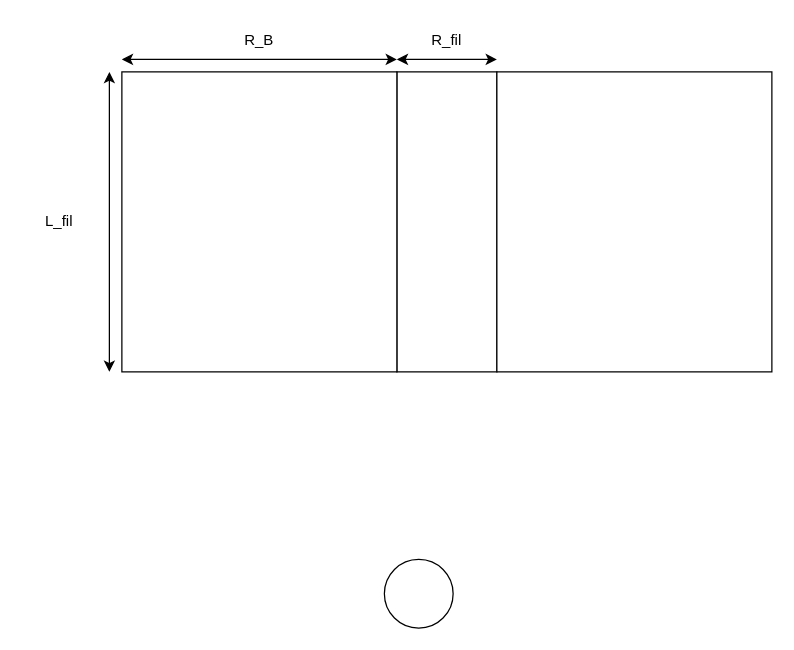
This is DrawIo/Filament_géométrie.drawio from KyuriTaima/CygnusDynamics, a draw.io file, before an edit. Source tidied: cells renumbered, new cells numbered last; positions are measured from the earlier drawing's top-left corner, leaving out a move shared by most shapes. Both pictures are drawn from the tidied source at 125%, with x=0, y=0 at pixel (21, 21).
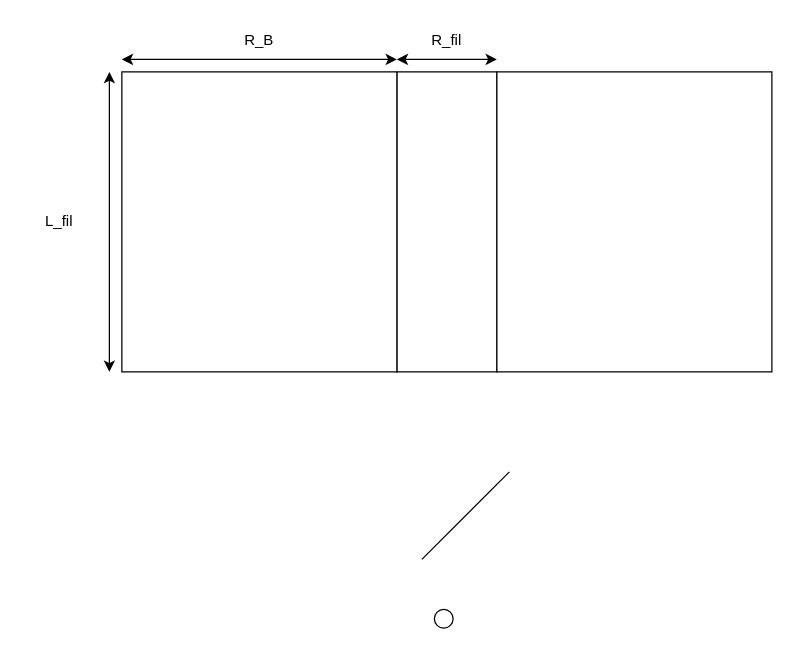
Above is the later version.

Commit message:
Overleaf Connect auto-sync [2026-06-18 11:45:48]

Diff of the diagram source:
```diff
@@
 <mxGraphModel>
   <root>
     <mxCell id="0" />
     <mxCell id="1" parent="0" />
     <mxCell id="2" style="rounded=0;whiteSpace=wrap;html=1;" parent="1" vertex="1">
       <mxGeometry x="300" y="40" width="80" height="240" as="geometry" />
     </mxCell>
     <mxCell id="3" style="rounded=0;whiteSpace=wrap;html=1;" parent="1" vertex="1">
       <mxGeometry x="380" y="40" width="220" height="240" as="geometry" />
     </mxCell>
     <mxCell id="4" style="rounded=0;whiteSpace=wrap;html=1;" parent="1" vertex="1">
       <mxGeometry x="80" y="40" width="220" height="240" as="geometry" />
     </mxCell>
     <mxCell id="5" style="endArrow=classic;startArrow=classic;html=1;rounded=0;" parent="1" edge="1">
       <mxGeometry relative="1" as="geometry">
         <mxPoint x="80" y="30" as="sourcePoint" />
         <mxPoint x="300" y="30" as="targetPoint" />
       </mxGeometry>
     </mxCell>
     <mxCell id="6" value="R_B" style="text;html=1;whiteSpace=wrap;strokeColor=none;fillColor=none;align=center;verticalAlign=middle;rounded=0;" parent="1" vertex="1">
       <mxGeometry x="160" width="60" height="30" as="geometry" />
     </mxCell>
     <mxCell id="7" style="endArrow=classic;startArrow=classic;html=1;rounded=0;" parent="1" edge="1">
       <mxGeometry relative="1" as="geometry">
         <mxPoint x="300" y="30" as="sourcePoint" />
         <mxPoint x="380" y="30" as="targetPoint" />
       </mxGeometry>
     </mxCell>
     <mxCell id="8" value="R_fil" style="text;html=1;whiteSpace=wrap;strokeColor=none;fillColor=none;align=center;verticalAlign=middle;rounded=0;" parent="1" vertex="1">
       <mxGeometry x="310" width="60" height="30" as="geometry" />
     </mxCell>
     <mxCell id="9" style="endArrow=classic;startArrow=classic;html=1;rounded=0;" parent="1" edge="1">
       <mxGeometry relative="1" as="geometry">
         <mxPoint x="70" y="280" as="sourcePoint" />
         <mxPoint x="70" y="40" as="targetPoint" />
       </mxGeometry>
     </mxCell>
     <mxCell id="10" value="L_fil" style="text;html=1;whiteSpace=wrap;strokeColor=none;fillColor=none;align=center;verticalAlign=middle;rounded=0;" parent="1" vertex="1">
       <mxGeometry y="145" width="60" height="30" as="geometry" />
     </mxCell>
     <mxCell id="11" style="ellipse;whiteSpace=wrap;html=1;" parent="1" vertex="1">
-      <mxGeometry x="290" y="430" width="55" height="55" as="geometry" />
+      <mxGeometry x="330" y="470" width="15" height="15" as="geometry" />
     </mxCell>
+    <mxCell id="12" style="endArrow=none;html=1;rounded=0;" parent="1" edge="1">
+      <mxGeometry relative="1" as="geometry">
+        <mxPoint x="320" y="430" as="sourcePoint" />
+        <mxPoint x="390" y="360" as="targetPoint" />
+      </mxGeometry>
+    </mxCell>
   </root>
 </mxGraphModel>
```
